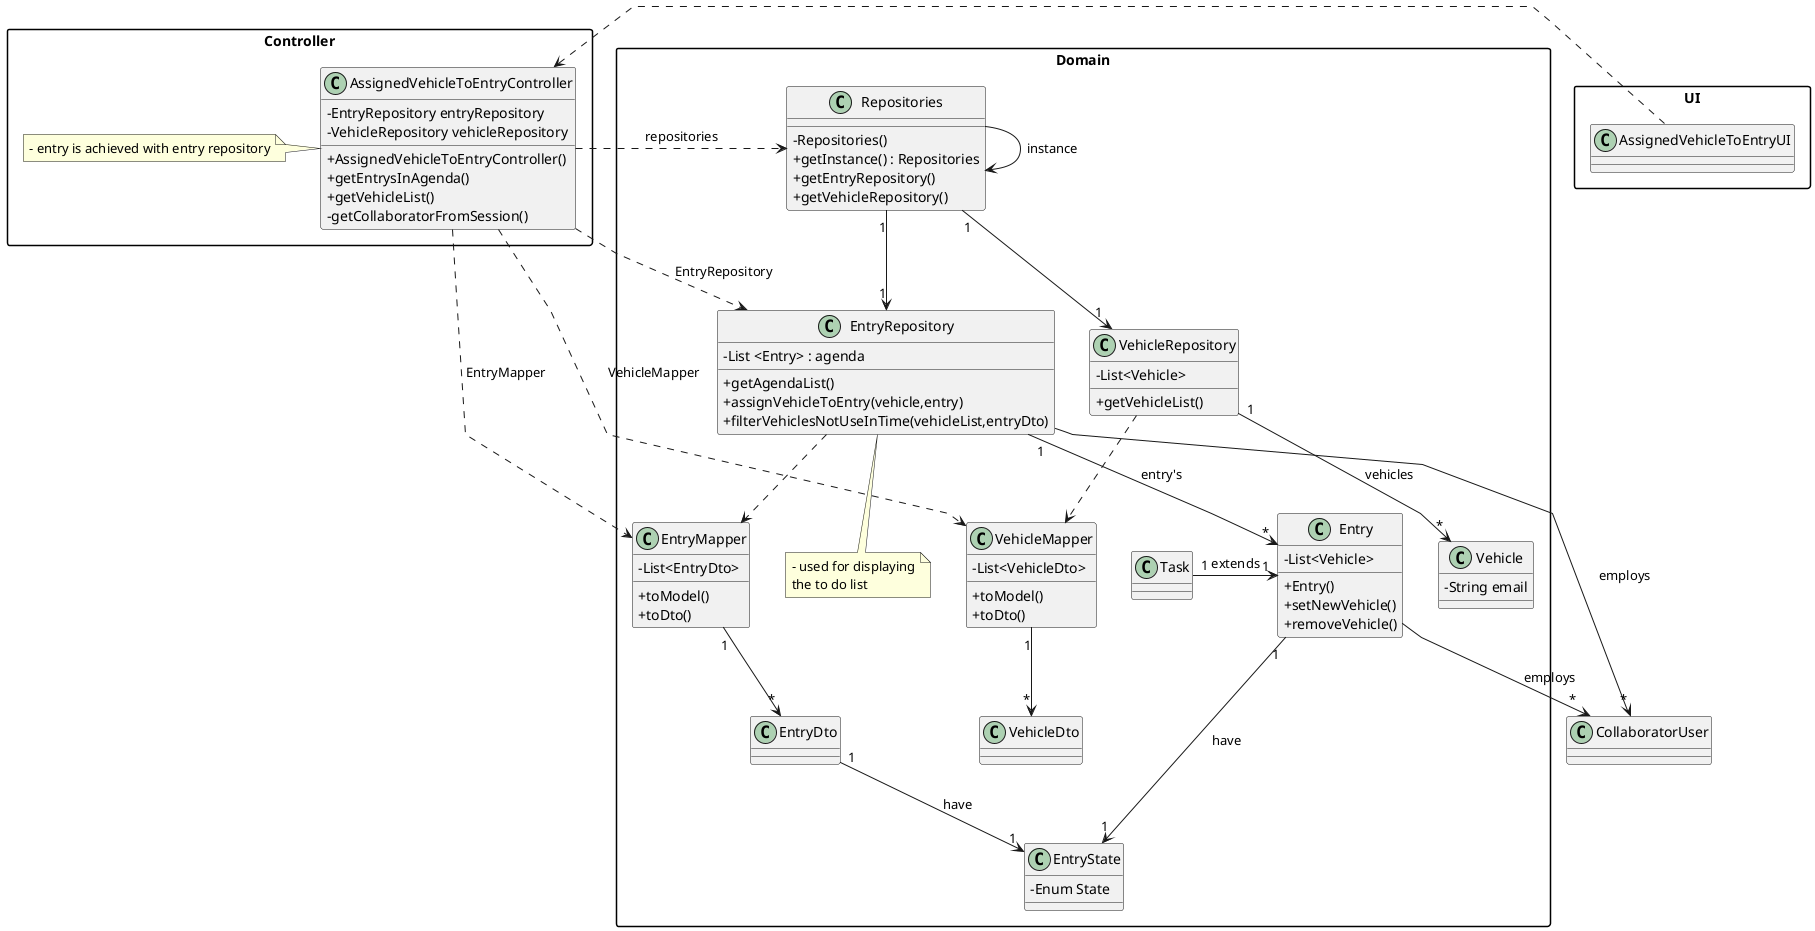
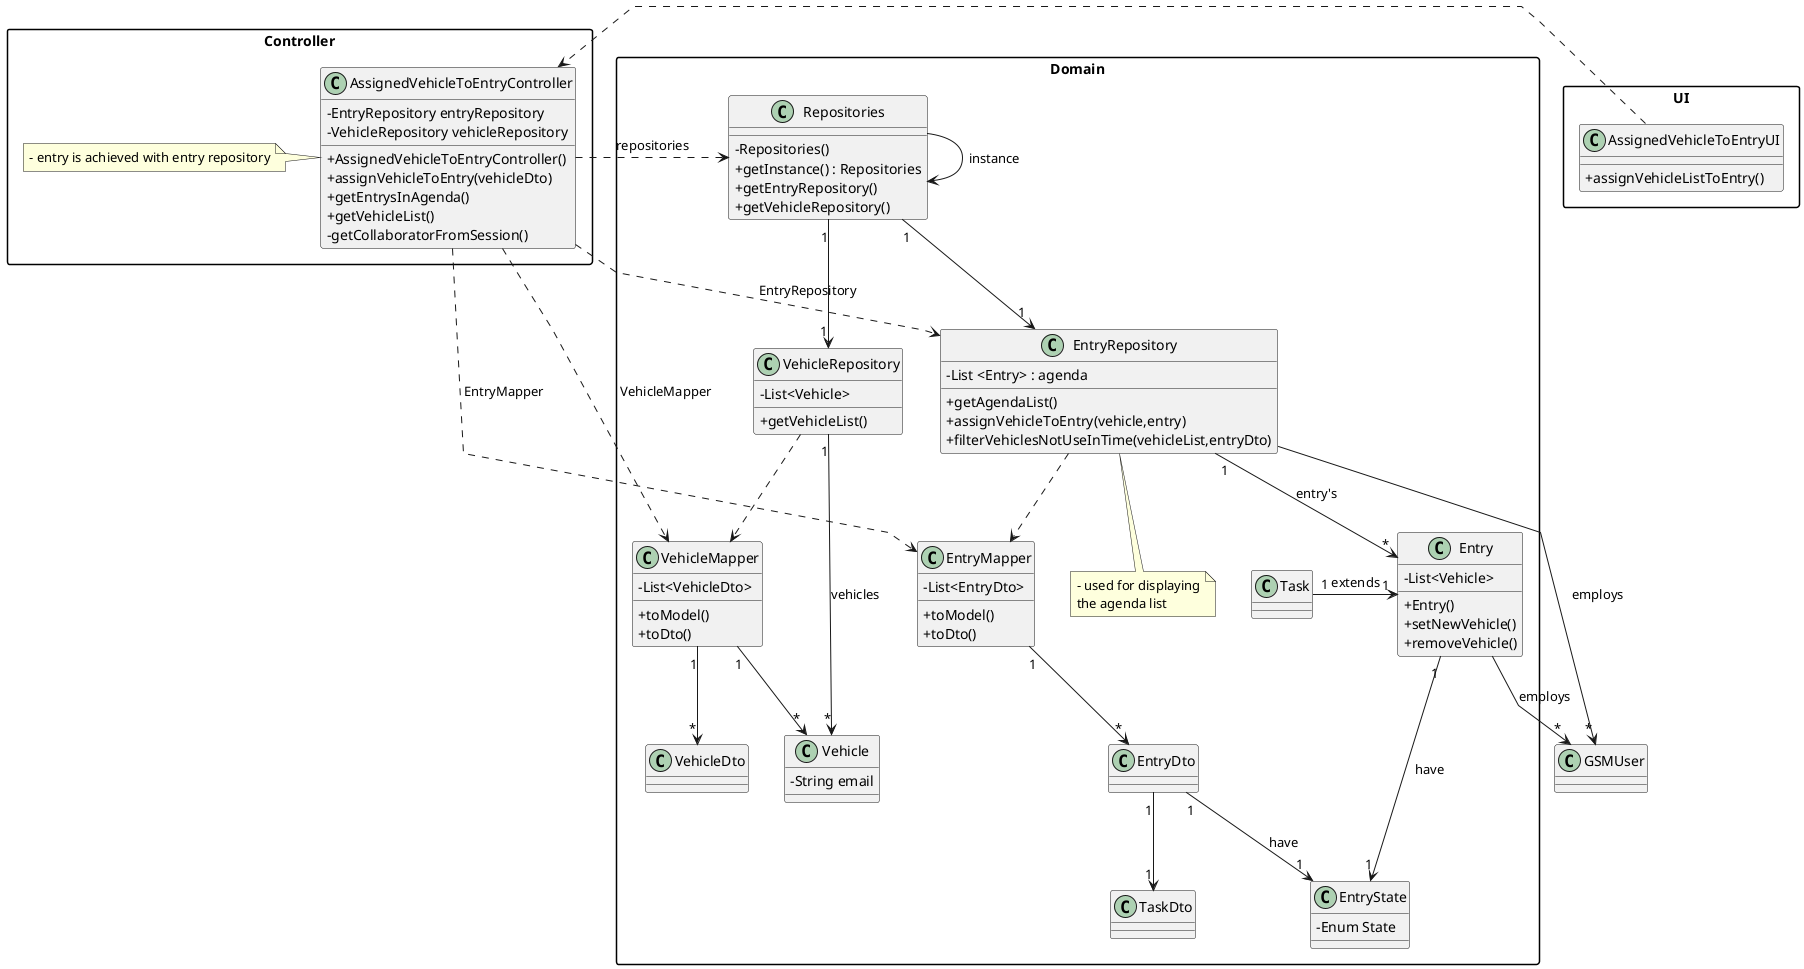
@startuml
'skinparam monochrome true
skinparam packageStyle rectangle
skinparam shadowing false
skinparam linetype polyline
'skinparam linetype orto

skinparam classAttributeIconSize 0

'left to right direction

package "Domain" {
class Entry {
    - List<Vehicle>
    + Entry()
    + setNewVehicle()
    + removeVehicle()
}

class EntryState{
    -Enum State
}

- class Task{
+ class TaskDto{
}
class EntryRepository {
    - List <Entry> : agenda

    + getAgendaList()
    + assignVehicleToEntry(vehicle,entry)
    + filterVehiclesNotUseInTime(vehicleList,entryDto)
}


note bottom of EntryRepository
    - used for displaying
-     the to do list
+     the agenda list
end note

class VehicleRepository{
    - List<Vehicle>

    + getVehicleList()
}

class Vehicle {
    - String email
}


class Repositories {
    - Repositories()
    + getInstance() : Repositories
    + getEntryRepository()
    + getVehicleRepository()
}

class EntryMapper{
    - List<EntryDto>
    + toModel()
    + toDto()
}

+ class Task{
+ }
+ 
class EntryDto{
}

class VehicleMapper{
    - List<VehicleDto>
    + toModel()
    + toDto()
}

class VehicleDto{
}

}



- class CollaboratorUser {
+ class GSMUser {
}


package "Controller"{

class AssignedVehicleToEntryController {
    - EntryRepository entryRepository
    - VehicleRepository vehicleRepository
    + AssignedVehicleToEntryController()
+     + assignVehicleToEntry(vehicleDto)
    + getEntrysInAgenda()
    + getVehicleList()
    - getCollaboratorFromSession()
}

note left of AssignedVehicleToEntryController
    - entry is achieved with entry repository
end note


}



package "UI"{

class AssignedVehicleToEntryUI {
+     + assignVehicleListToEntry()
}

}
Repositories -> Repositories : instance


AssignedVehicleToEntryUI .> AssignedVehicleToEntryController

AssignedVehicleToEntryController .> Repositories : repositories
Repositories "1" --> "1" EntryRepository
Repositories "1" --> "1" VehicleRepository

AssignedVehicleToEntryController ..> EntryRepository : EntryRepository
AssignedVehicleToEntryController ..> EntryMapper : EntryMapper
AssignedVehicleToEntryController ..> VehicleMapper : VehicleMapper

EntryMapper "1" --> "*" EntryDto

VehicleRepository "1" --> "*" Vehicle : vehicles
+ VehicleMapper "1" --> "*" Vehicle

EntryRepository "1" --> "*" Entry : entry's
- EntryRepository --> "*" CollaboratorUser : employs
+ EntryRepository --> "*" GSMUser : employs
EntryRepository ..> EntryMapper
VehicleRepository ..> VehicleMapper

VehicleMapper "1" --> "*" VehicleDto

- Entry --> "*" CollaboratorUser : employs
+ Entry --> "*" GSMUser : employs
Task "1" -> "1" Entry : extends

Entry "1" --> "1" EntryState : have
EntryDto "1" --> "1" EntryState : have
+ EntryDto "1" --> "1" TaskDto

@enduml